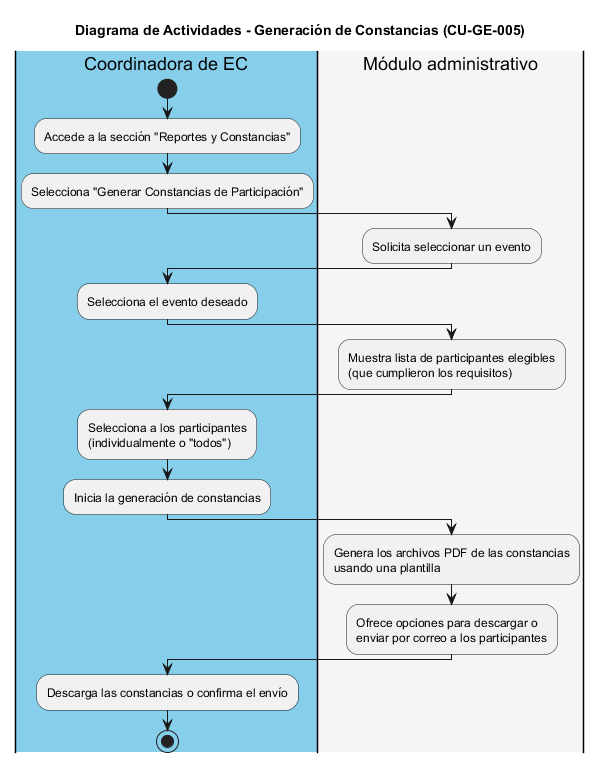
Before: img/CU-GE-005_Generar_Constancias.png, a diagram exported from PlantUML (iKinoo/baby-salesforce-admin-module).
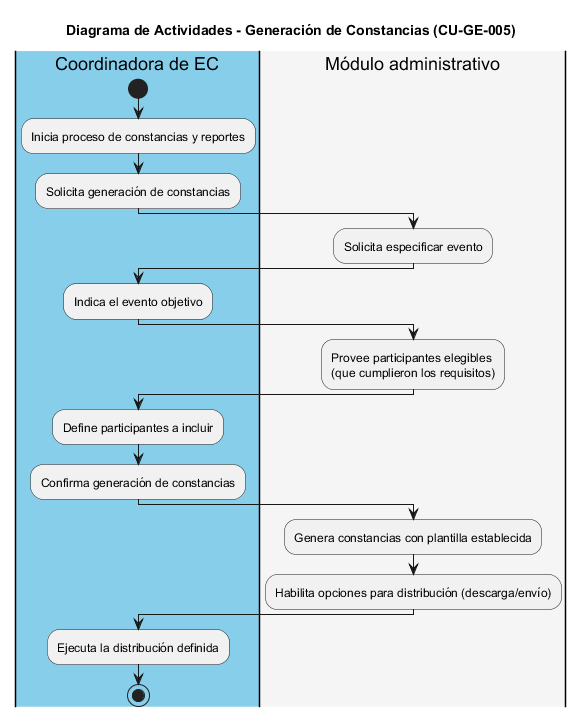
The same diagram one commit later.

What changed in the source:
```diff
@@ -1,33 +1,30 @@
-@startuml
+@startuml CU-GE-005_Generar_Constancias
 title Diagrama de Actividades - Generación de Constancias (CU-GE-005)
 
 |#skyblue|Coordinadora de EC|
 start
-:Accede a la sección "Reportes y Constancias";
-:Selecciona "Generar Constancias de Participación";
+:Inicia proceso de constancias y reportes;
+:Solicita generación de constancias;
 
 |#whitesmoke|Módulo administrativo|
-:Solicita seleccionar un evento;
+:Solicita especificar evento;
 
 |#skyblue|Coordinadora de EC|
-:Selecciona el evento deseado;
+:Indica el evento objetivo;
 
 |#whitesmoke|Módulo administrativo|
-:Muestra lista de participantes elegibles
+:Provee participantes elegibles
 (que cumplieron los requisitos);
 
 |#skyblue|Coordinadora de EC|
-:Selecciona a los participantes
-(individualmente o "todos");
-:Inicia la generación de constancias;
+:Define participantes a incluir;
+:Confirma generación de constancias;
 
 |#whitesmoke|Módulo administrativo|
-:Genera los archivos PDF de las constancias
-usando una plantilla;
-:Ofrece opciones para descargar o
-enviar por correo a los participantes;
+:Genera constancias con plantilla establecida;
+:Habilita opciones para distribución (descarga/envío);
 
 |#skyblue|Coordinadora de EC|
-:Descarga las constancias o confirma el envío;
+:Ejecuta la distribución definida;
 stop
 @enduml
```
